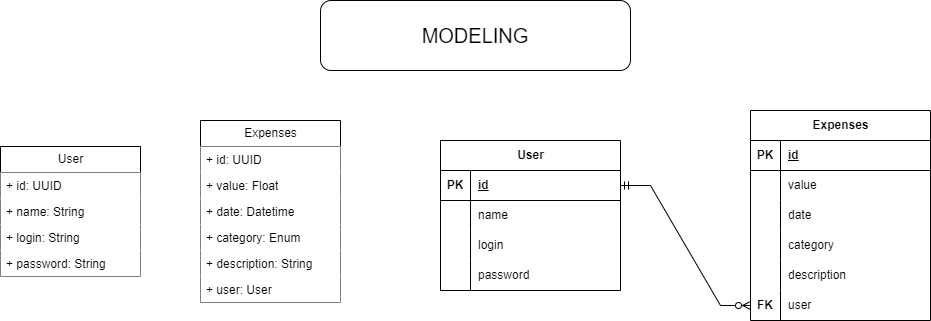
RenanCosta2/expense-tracker keeps this draw.io diagram as expense-tracker.drawio.png. Above is the earlier version. Source tidied: cells renumbered, new cells last; positions are measured from the earlier drawing's top-left corner, leaving out a move shared by most shapes.
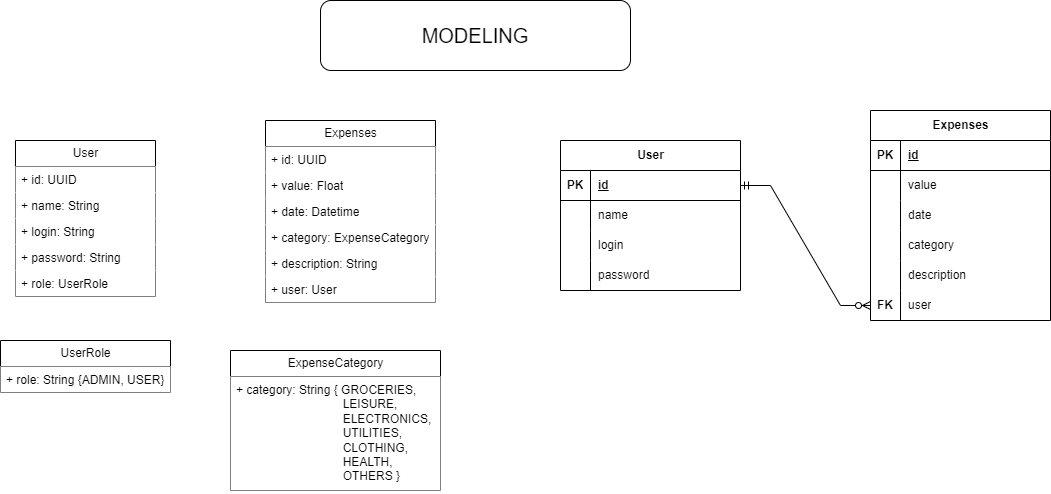
Above is the later version.

Commit message:
docs: add enum for user role and enum for expense categories

Change to the diagram source:
```diff
@@ -3,7 +3,7 @@
     <mxCell id="0" />
     <mxCell id="1" parent="0" />
     <mxCell id="2" value="User" style="swimlane;fontStyle=0;horizontal=1;startSize=26;fillColor=default;html=1;" parent="1" vertex="1">
-      <mxGeometry y="146" width="140" height="130" as="geometry" />
+      <mxGeometry x="-105" y="140" width="140" height="156" as="geometry" />
     </mxCell>
     <mxCell id="3" value="+ id: UUID&lt;div&gt;&lt;div&gt;&lt;br&gt;&lt;/div&gt;&lt;/div&gt;" style="text;strokeColor=none;fillColor=default;align=left;verticalAlign=top;spacingLeft=4;spacingRight=4;overflow=hidden;whiteSpace=wrap;html=1;" parent="2" vertex="1">
       <mxGeometry y="26" width="140" height="26" as="geometry" />
@@ -17,26 +17,29 @@
     <mxCell id="6" value="+ password: String" style="text;strokeColor=none;fillColor=default;align=left;verticalAlign=top;spacingLeft=4;spacingRight=4;overflow=hidden;whiteSpace=wrap;html=1;" parent="2" vertex="1">
       <mxGeometry y="104" width="140" height="26" as="geometry" />
     </mxCell>
+    <mxCell id="48" value="+ role: UserRole" style="text;strokeColor=none;fillColor=default;align=left;verticalAlign=top;spacingLeft=4;spacingRight=4;overflow=hidden;whiteSpace=wrap;html=1;" parent="2" vertex="1">
+      <mxGeometry y="130" width="140" height="26" as="geometry" />
+    </mxCell>
     <mxCell id="7" value="Expenses" style="swimlane;fontStyle=0;horizontal=1;startSize=26;fillColor=default;html=1;" parent="1" vertex="1">
-      <mxGeometry x="200" y="120" width="140" height="182" as="geometry" />
+      <mxGeometry x="145" y="120" width="170" height="182" as="geometry" />
     </mxCell>
     <mxCell id="8" value="+ id: UUID" style="text;strokeColor=none;fillColor=default;align=left;verticalAlign=top;spacingLeft=4;spacingRight=4;overflow=hidden;whiteSpace=wrap;html=1;" parent="7" vertex="1">
-      <mxGeometry y="26" width="140" height="26" as="geometry" />
+      <mxGeometry y="26" width="170" height="26" as="geometry" />
     </mxCell>
     <mxCell id="9" value="+ value: Float" style="text;strokeColor=none;fillColor=default;align=left;verticalAlign=top;spacingLeft=4;spacingRight=4;overflow=hidden;whiteSpace=wrap;html=1;" parent="7" vertex="1">
-      <mxGeometry y="52" width="140" height="26" as="geometry" />
+      <mxGeometry y="52" width="170" height="26" as="geometry" />
     </mxCell>
     <mxCell id="10" value="+ date: Datetime" style="text;strokeColor=none;fillColor=default;align=left;verticalAlign=top;spacingLeft=4;spacingRight=4;overflow=hidden;whiteSpace=wrap;html=1;" parent="7" vertex="1">
-      <mxGeometry y="78" width="140" height="26" as="geometry" />
+      <mxGeometry y="78" width="170" height="26" as="geometry" />
     </mxCell>
-    <mxCell id="11" value="+ category: Enum" style="text;strokeColor=none;fillColor=default;align=left;verticalAlign=top;spacingLeft=4;spacingRight=4;overflow=hidden;whiteSpace=wrap;html=1;" parent="7" vertex="1">
-      <mxGeometry y="104" width="140" height="26" as="geometry" />
+    <mxCell id="11" value="+ category:&amp;nbsp;&lt;span style=&quot;text-align: center; text-wrap-mode: nowrap;&quot;&gt;ExpenseCategory&lt;/span&gt;" style="text;strokeColor=none;fillColor=default;align=left;verticalAlign=top;spacingLeft=4;spacingRight=4;overflow=hidden;whiteSpace=wrap;html=1;" parent="7" vertex="1">
+      <mxGeometry y="104" width="170" height="26" as="geometry" />
     </mxCell>
     <mxCell id="12" value="+ description: String" style="text;strokeColor=none;fillColor=default;align=left;verticalAlign=top;spacingLeft=4;spacingRight=4;overflow=hidden;whiteSpace=wrap;html=1;" parent="7" vertex="1">
-      <mxGeometry y="130" width="140" height="26" as="geometry" />
+      <mxGeometry y="130" width="170" height="26" as="geometry" />
     </mxCell>
     <mxCell id="13" value="+ user: User" style="text;strokeColor=none;fillColor=default;align=left;verticalAlign=top;spacingLeft=4;spacingRight=4;overflow=hidden;whiteSpace=wrap;html=1;" parent="7" vertex="1">
-      <mxGeometry y="156" width="140" height="26" as="geometry" />
+      <mxGeometry y="156" width="170" height="26" as="geometry" />
     </mxCell>
     <mxCell id="14" value="Expenses" style="shape=table;startSize=30;rowLines=0;fontStyle=1;align=center;html=1;" parent="1" vertex="1">
       <mxGeometry x="750" y="110" width="180" height="210" as="geometry" />
@@ -138,7 +141,19 @@
       <mxGeometry relative="1" as="geometry" />
     </mxCell>
     <mxCell id="47" value="&lt;font style=&quot;font-size: 20px;&quot;&gt;MODELING&lt;/font&gt;" style="rounded=1;whiteSpace=wrap;html=1;" parent="1" vertex="1">
-      <mxGeometry x="320" width="310" height="70" as="geometry" />
+      <mxGeometry x="200" width="310" height="70" as="geometry" />
     </mxCell>
+    <mxCell id="49" value="UserRole" style="swimlane;fontStyle=0;horizontal=1;startSize=26;fillColor=default;html=1;" parent="1" vertex="1">
+      <mxGeometry x="-120" y="340" width="170" height="52" as="geometry" />
+    </mxCell>
+    <mxCell id="50" value="+ role: String {ADMIN, USER}" style="text;strokeColor=none;fillColor=default;align=left;verticalAlign=top;spacingLeft=4;spacingRight=4;overflow=hidden;whiteSpace=wrap;html=1;" parent="49" vertex="1">
+      <mxGeometry y="26" width="170" height="26" as="geometry" />
+    </mxCell>
+    <mxCell id="51" value="ExpenseCategory" style="swimlane;fontStyle=0;horizontal=1;startSize=26;fillColor=default;html=1;" parent="1" vertex="1">
+      <mxGeometry x="110" y="350" width="210" height="140" as="geometry" />
+    </mxCell>
+    <mxCell id="52" value="+ category: String { GROCERIES,&lt;div&gt;&lt;span style=&quot;white-space: pre;&quot;&gt;&#9;&lt;/span&gt;&lt;span style=&quot;white-space: pre;&quot;&gt;&#9;&lt;/span&gt;&lt;span style=&quot;white-space: pre;&quot;&gt;&#9;&lt;/span&gt;&lt;span style=&quot;white-space: pre;&quot;&gt;&#9;&lt;/span&gt;LEISURE,&lt;/div&gt;&lt;div&gt;&lt;span style=&quot;white-space: pre;&quot;&gt;&#9;&lt;/span&gt;&lt;span style=&quot;white-space: pre;&quot;&gt;&#9;&lt;/span&gt;&lt;span style=&quot;white-space: pre;&quot;&gt;&#9;&lt;/span&gt;&lt;span style=&quot;white-space: pre;&quot;&gt;&#9;&lt;/span&gt;ELECTRONICS,&lt;/div&gt;&lt;div&gt;&lt;span style=&quot;white-space: pre;&quot;&gt;&#9;&lt;/span&gt;&lt;span style=&quot;white-space: pre;&quot;&gt;&#9;&lt;/span&gt;&lt;span style=&quot;white-space: pre;&quot;&gt;&#9;&lt;/span&gt;&lt;span style=&quot;white-space: pre;&quot;&gt;&#9;&lt;/span&gt;UTILITIES,&lt;/div&gt;&lt;div&gt;&lt;span style=&quot;white-space: pre;&quot;&gt;&#9;&lt;/span&gt;&lt;span style=&quot;white-space: pre;&quot;&gt;&#9;&lt;/span&gt;&lt;span style=&quot;white-space: pre;&quot;&gt;&#9;&lt;/span&gt;&lt;span style=&quot;white-space: pre;&quot;&gt;&#9;&lt;/span&gt;CLOTHING,&lt;/div&gt;&lt;div&gt;&lt;span style=&quot;white-space: pre;&quot;&gt;&lt;span style=&quot;white-space: pre;&quot;&gt;&#9;&lt;/span&gt;&lt;span style=&quot;white-space: pre;&quot;&gt;&#9;&lt;/span&gt;&lt;span style=&quot;white-space: pre;&quot;&gt;&#9;&lt;/span&gt;&lt;span style=&quot;white-space: pre;&quot;&gt;&#9;&lt;/span&gt;HEALTH,&lt;/span&gt;&lt;/div&gt;&lt;div&gt;&lt;span style=&quot;background-color: transparent; color: light-dark(rgb(0, 0, 0), rgb(255, 255, 255)); white-space: pre;&quot;&gt;&lt;span style=&quot;white-space: pre;&quot;&gt;&#9;&lt;/span&gt;&lt;span style=&quot;white-space: pre;&quot;&gt;&#9;&lt;/span&gt;&lt;span style=&quot;white-space: pre;&quot;&gt;&#9;&lt;/span&gt;&lt;span style=&quot;white-space: pre;&quot;&gt;&#9;&lt;/span&gt;OTHERS&#9;&lt;/span&gt;&lt;span style=&quot;background-color: transparent; color: light-dark(rgb(0, 0, 0), rgb(255, 255, 255));&quot;&gt;}&lt;/span&gt;&lt;/div&gt;" style="text;strokeColor=none;fillColor=default;align=left;verticalAlign=top;spacingLeft=4;spacingRight=4;overflow=hidden;whiteSpace=wrap;html=1;" parent="51" vertex="1">
+      <mxGeometry y="26" width="210" height="114" as="geometry" />
+    </mxCell>
   </root>
 </mxGraphModel>
```
